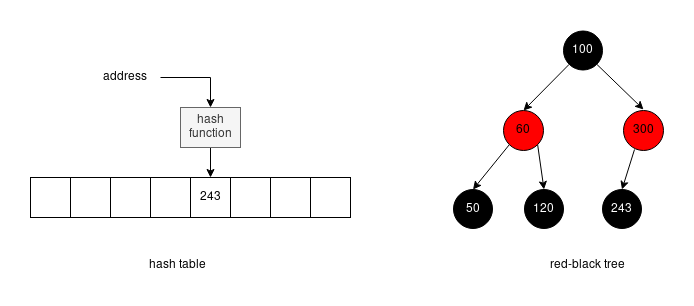
Above: images/雜湊紅黑樹.png in MROS/ntu-thesis (draw.io), before the change. Source tidied: cells renumbered, new cells last; positions are measured from the earlier drawing's top-left corner, leaving out a move shared by most shapes.
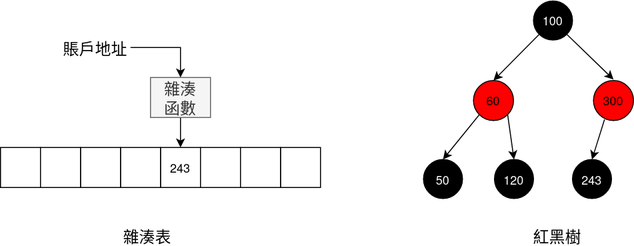
After the commit.

Diff of the diagram source:
```diff
@@ -32,16 +32,16 @@
     <mxCell id="11" style="edgeStyle=orthogonalEdgeStyle;rounded=0;jettySize=auto;html=1;entryX=0.5;entryY=0;entryDx=0;entryDy=0;" parent="1" edge="1" source="13" target="4">
       <mxGeometry relative="1" as="geometry" />
     </mxCell>
-    <mxCell id="12" value="address" style="text;html=1;strokeColor=none;fillColor=none;align=center;verticalAlign=middle;whiteSpace=wrap;rounded=0;" parent="1" vertex="1">
+    <mxCell id="12" value="&lt;font style=&quot;font-size: 16px&quot;&gt;賬戶地址&lt;/font&gt;" style="text;html=1;strokeColor=none;fillColor=none;align=center;verticalAlign=middle;whiteSpace=wrap;rounded=0;" parent="1" vertex="1">
       <mxGeometry x="60" y="37" width="70" height="20" as="geometry" />
     </mxCell>
-    <mxCell id="13" value="hash function" style="text;html=1;align=center;verticalAlign=middle;whiteSpace=wrap;rounded=0;fillColor=#f5f5f5;strokeColor=#666666;fontColor=#333333;" parent="1" vertex="1">
+    <mxCell id="13" value="&lt;div&gt;&lt;font style=&quot;font-size: 16px&quot;&gt;雜湊&lt;/font&gt;&lt;/div&gt;&lt;div&gt;&lt;font style=&quot;font-size: 16px&quot;&gt;函數&lt;/font&gt;&lt;/div&gt;" style="text;html=1;align=center;verticalAlign=middle;whiteSpace=wrap;rounded=0;fillColor=#f5f5f5;strokeColor=#666666;fontColor=#333333;" parent="1" vertex="1">
       <mxGeometry x="150" y="77" width="60" height="40" as="geometry" />
     </mxCell>
     <mxCell id="14" style="edgeStyle=orthogonalEdgeStyle;rounded=0;jettySize=auto;html=1;entryX=0.5;entryY=0;entryDx=0;entryDy=0;" parent="1" edge="1" source="12" target="13">
       <mxGeometry relative="1" as="geometry" />
     </mxCell>
-    <mxCell id="15" value="hash table" style="text;html=1;strokeColor=none;fillColor=none;align=center;verticalAlign=middle;whiteSpace=wrap;rounded=0;" parent="1" vertex="1">
+    <mxCell id="15" value="&lt;font style=&quot;font-size: 16px&quot;&gt;雜湊表&lt;/font&gt;" style="text;html=1;strokeColor=none;fillColor=none;align=center;verticalAlign=middle;whiteSpace=wrap;rounded=0;" parent="1" vertex="1">
       <mxGeometry x="107" y="225" width="80" height="20" as="geometry" />
     </mxCell>
     <mxCell id="16" style="rounded=0;jettySize=auto;html=1;exitX=0;exitY=1;exitDx=0;exitDy=0;entryX=0.5;entryY=0;entryDx=0;entryDy=0;" parent="1" edge="1" source="18" target="26">
@@ -81,7 +81,7 @@
     <mxCell id="26" value="60" style="ellipse;whiteSpace=wrap;html=1;fillColor=#FF0000;" parent="1" vertex="1">
       <mxGeometry x="473" y="80" width="40" height="40" as="geometry" />
     </mxCell>
-    <mxCell id="27" value="red-black tree" style="text;html=1;strokeColor=none;fillColor=none;align=center;verticalAlign=middle;whiteSpace=wrap;rounded=0;" parent="1" vertex="1">
+    <mxCell id="27" value="&lt;font style=&quot;font-size: 16px&quot;&gt;紅黑樹&lt;/font&gt;" style="text;html=1;strokeColor=none;fillColor=none;align=center;verticalAlign=middle;whiteSpace=wrap;rounded=0;" parent="1" vertex="1">
       <mxGeometry x="507" y="225" width="100" height="20" as="geometry" />
     </mxCell>
   </root>
```
